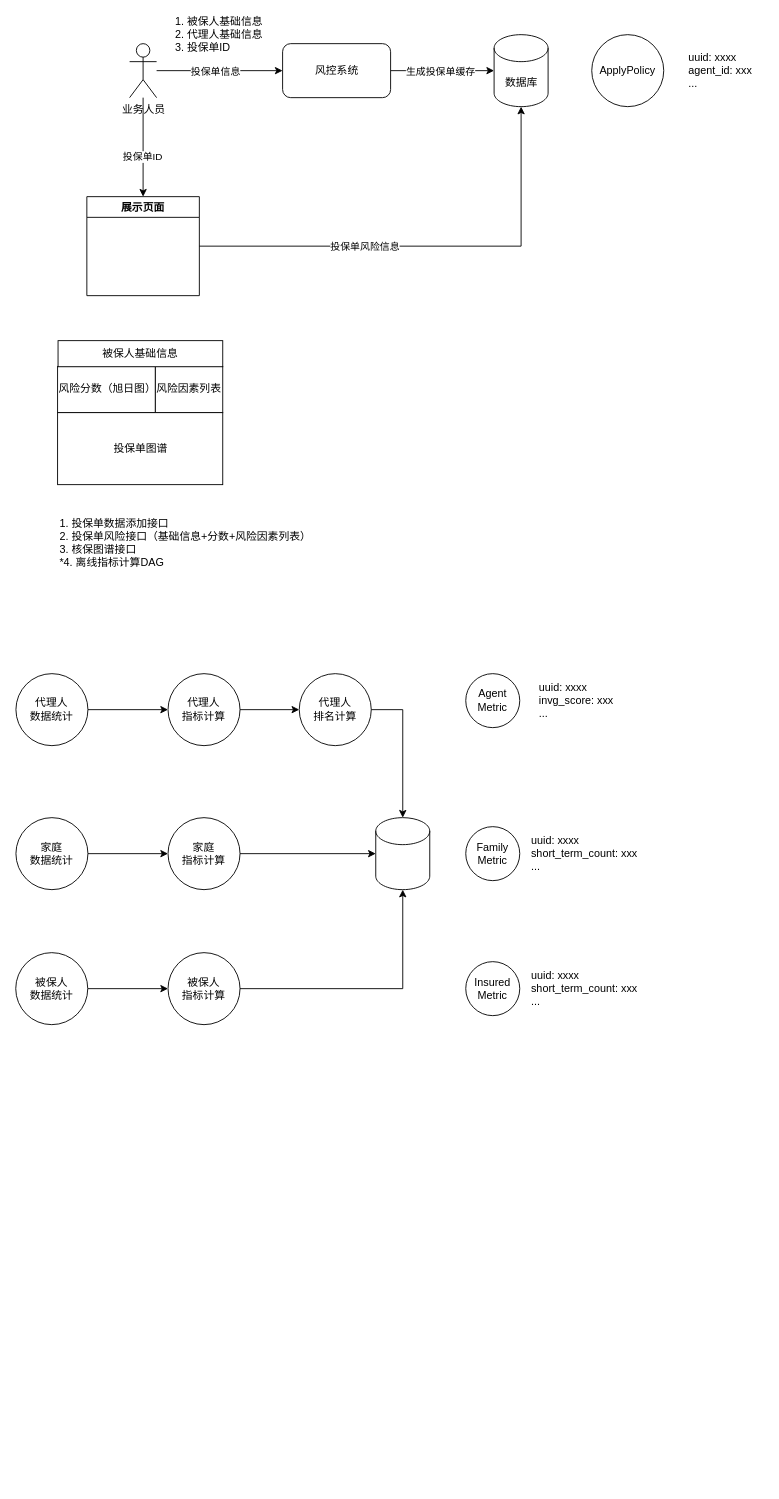
Above: 太平/underwritting.drawio in XiaoLiuAI/diagrams (draw.io), before the change. Source tidied: cells renumbered, new cells numbered last; positions are measured from the earlier drawing's top-left corner, leaving out a move shared by most shapes. Both pictures are drawn from the tidied source at 90%, with x=0, y=0 at pixel (15, 16).
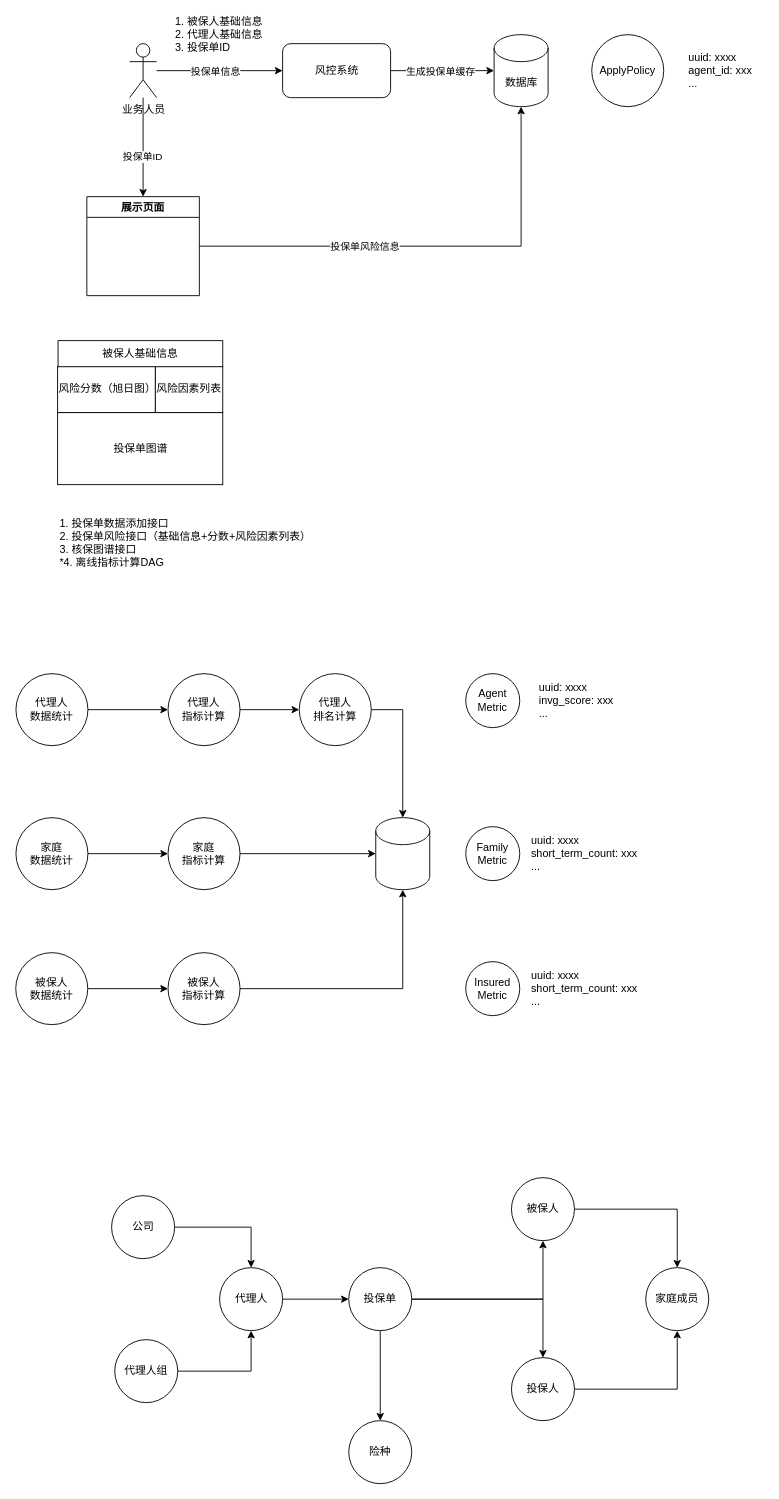
The same page after the edit.

Change to the diagram source:
```diff
@@
+    <mxCell id="47" style="edgeStyle=orthogonalEdgeStyle;rounded=0;jettySize=auto;html=1;" parent="1" edge="1" source="50" target="52">
+      <mxGeometry relative="1" as="geometry" />
+    </mxCell>
+    <mxCell id="48" style="edgeStyle=orthogonalEdgeStyle;rounded=0;jettySize=auto;html=1;entryX=0.5;entryY=0;entryDx=0;entryDy=0;" parent="1" edge="1" source="50" target="54">
+      <mxGeometry relative="1" as="geometry" />
+    </mxCell>
+    <mxCell id="49" style="edgeStyle=orthogonalEdgeStyle;rounded=0;jettySize=auto;html=1;" parent="1" edge="1" source="50" target="58">
+      <mxGeometry relative="1" as="geometry" />
+    </mxCell>
+    <mxCell id="50" value="投保单" style="ellipse;whiteSpace=wrap;html=1;" parent="1" vertex="1">
+      <mxGeometry x="370" y="1390" width="70" height="70" as="geometry" />
+    </mxCell>
+    <mxCell id="51" style="edgeStyle=orthogonalEdgeStyle;rounded=0;jettySize=auto;html=1;" parent="1" edge="1" source="52" target="55">
+      <mxGeometry relative="1" as="geometry" />
+    </mxCell>
+    <mxCell id="52" value="被保人" style="ellipse;whiteSpace=wrap;html=1;" parent="1" vertex="1">
+      <mxGeometry x="550.8" y="1290" width="70" height="70" as="geometry" />
+    </mxCell>
+    <mxCell id="53" style="edgeStyle=orthogonalEdgeStyle;rounded=0;jettySize=auto;html=1;entryX=0.5;entryY=1;entryDx=0;entryDy=0;" parent="1" edge="1" source="54" target="55">
+      <mxGeometry relative="1" as="geometry" />
+    </mxCell>
+    <mxCell id="54" value="投保人" style="ellipse;whiteSpace=wrap;html=1;" parent="1" vertex="1">
+      <mxGeometry x="550.8" y="1490" width="70" height="70" as="geometry" />
+    </mxCell>
+    <mxCell id="55" value="家庭成员" style="ellipse;whiteSpace=wrap;html=1;" parent="1" vertex="1">
+      <mxGeometry x="700" y="1390" width="70" height="70" as="geometry" />
+    </mxCell>
+    <mxCell id="56" style="edgeStyle=orthogonalEdgeStyle;rounded=0;jettySize=auto;html=1;entryX=0;entryY=0.5;entryDx=0;entryDy=0;" parent="1" edge="1" source="57" target="50">
+      <mxGeometry relative="1" as="geometry" />
+    </mxCell>
+    <mxCell id="57" value="代理人" style="ellipse;whiteSpace=wrap;html=1;" parent="1" vertex="1">
+      <mxGeometry x="226.5" y="1390" width="70" height="70" as="geometry" />
+    </mxCell>
+    <mxCell id="58" value="险种" style="ellipse;whiteSpace=wrap;html=1;" parent="1" vertex="1">
+      <mxGeometry x="370" y="1560" width="70" height="70" as="geometry" />
+    </mxCell>
+    <mxCell id="59" style="edgeStyle=orthogonalEdgeStyle;rounded=0;jettySize=auto;html=1;entryX=0.5;entryY=0;entryDx=0;entryDy=0;" parent="1" edge="1" source="60" target="57">
+      <mxGeometry relative="1" as="geometry" />
+    </mxCell>
+    <mxCell id="60" value="公司" style="ellipse;whiteSpace=wrap;html=1;" parent="1" vertex="1">
+      <mxGeometry x="106.5" y="1310" width="70" height="70" as="geometry" />
+    </mxCell>
+    <mxCell id="61" style="edgeStyle=orthogonalEdgeStyle;rounded=0;jettySize=auto;html=1;entryX=0.5;entryY=1;entryDx=0;entryDy=0;" parent="1" edge="1" source="62" target="57">
+      <mxGeometry relative="1" as="geometry" />
+    </mxCell>
+    <mxCell id="62" value="代理人组" style="ellipse;whiteSpace=wrap;html=1;" parent="1" vertex="1">
+      <mxGeometry x="110" y="1470" width="70" height="70" as="geometry" />
+    </mxCell>
```
